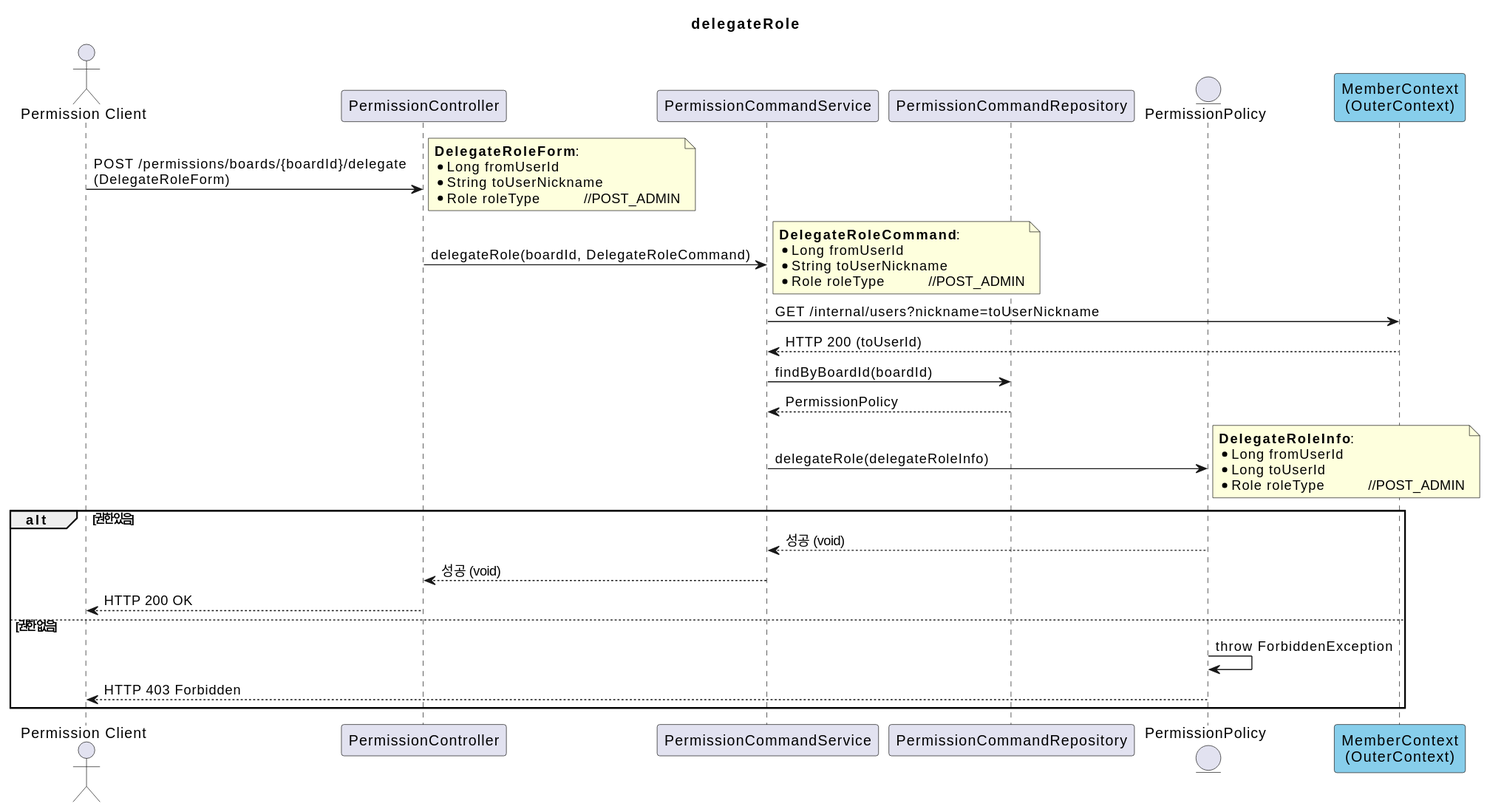
Earlier version of the PlantUML export document/puml/event/externalAPI/permissionContext/permissionAggregate/delegateRole.svg (SimpleBoardTeam/server-hyunchang).
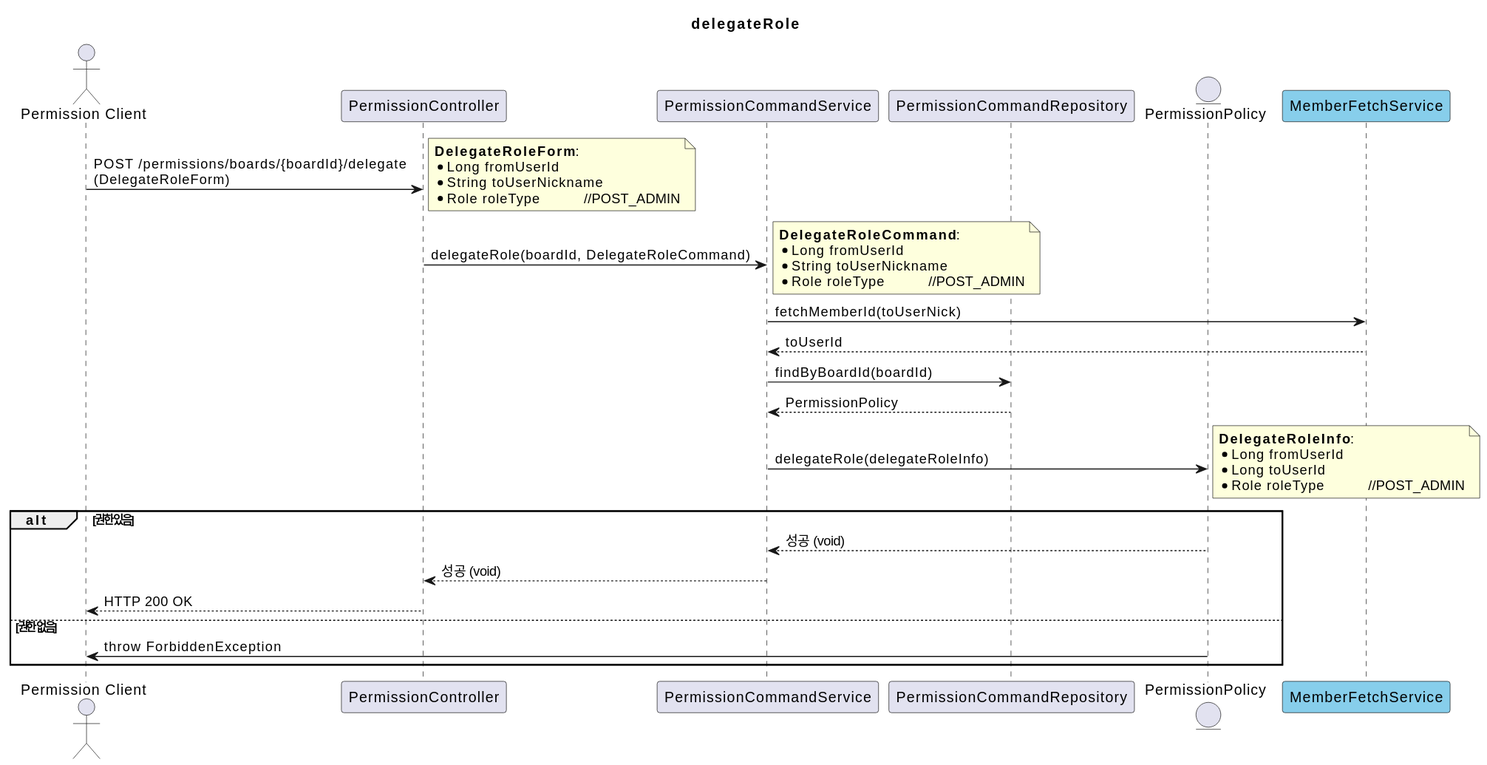
Above is the later version.

Commit message:
chore(diagram): auto-generate SVGs

Diff of the diagram source:
```diff
@@ -7,7 +7,7 @@
 participant PermissionCommandRepository
 entity PermissionPolicy
 
-participant MemberContext as "MemberContext\n(OuterContext)" #skyblue
+participant MemberFetchService #skyblue
 
 
 PermissionClient -> PermissionController : POST /permissions/boards/{boardId}/delegate\n(DelegateRoleForm)
@@ -26,9 +26,9 @@
 *Role roleType   \t//POST_ADMIN
 end note
 
-PermissionCommandService -> MemberContext : GET /internal/users?nickname=toUserNickname
+PermissionCommandService -> MemberFetchService : fetchMemberId(toUserNick)
 
-MemberContext --> PermissionCommandService : HTTP 200 (toUserId)
+MemberFetchService --> PermissionCommandService : toUserId
 
 PermissionCommandService -> PermissionCommandRepository : findByBoardId(boardId)
 PermissionCommandRepository --> PermissionCommandService : PermissionPolicy
@@ -46,7 +46,6 @@
   PermissionCommandService --> PermissionController : 성공 (void)
   PermissionController --> PermissionClient : HTTP 200 OK
 else 권한 없음
-  PermissionPolicy -> PermissionPolicy : throw ForbiddenException
-  PermissionPolicy --> PermissionClient : HTTP 403 Forbidden
+  PermissionPolicy -> PermissionClient : throw ForbiddenException
 end
 @enduml
```
